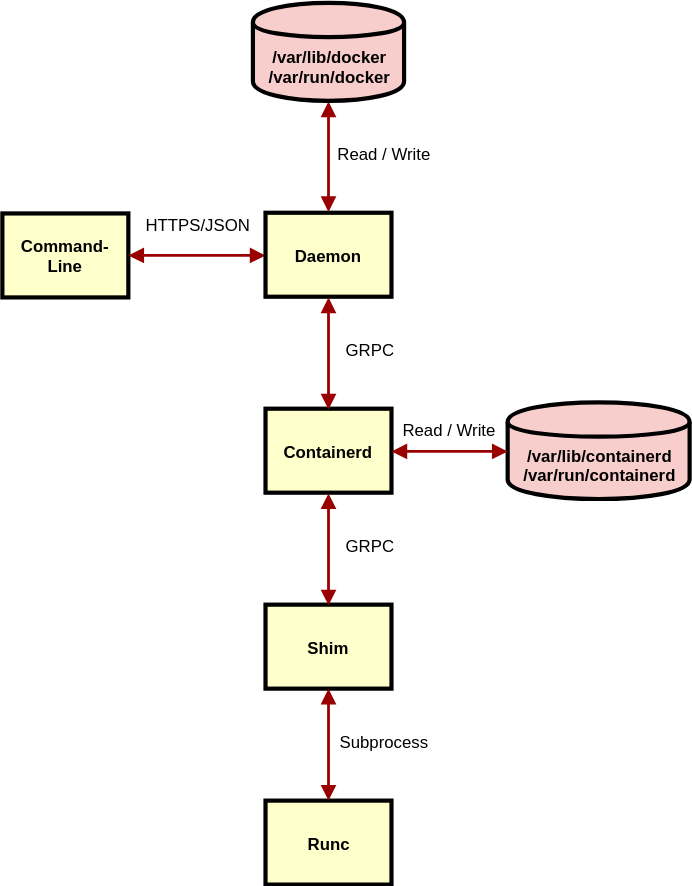
The draw.io diagram assets/img/docker-work/architecture_2019.svg in CameronLonsdale/CameronLonsdale.github.io, before a commit. Source tidied: cells renumbered, new cells last; positions are measured from the earlier drawing's top-left corner, leaving out a move shared by most shapes.
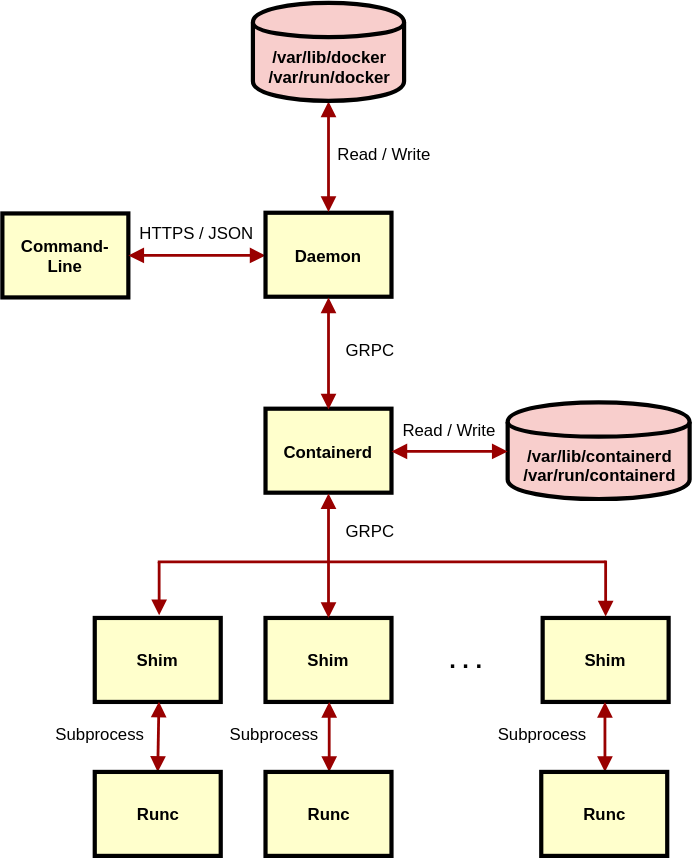
Later version of the same file.

Commit message:
Tidied it up and added more diagrams

Change to the diagram source:
```diff
@@ -8,8 +8,8 @@
     <mxCell id="3" style="edgeStyle=none;noEdgeStyle=1;strokeColor=#990000;strokeWidth=2;endArrow=block;endFill=1;startArrow=block;startFill=1;entryX=0;entryY=0.5;entryDx=0;entryDy=0;" parent="1" edge="1" source="2" target="5">
       <mxGeometry relative="1" as="geometry" />
     </mxCell>
-    <mxCell id="4" value="HTTPS/JSON" style="text;spacingTop=-5;align=center;" parent="1" vertex="1">
-      <mxGeometry x="125" y="151" width="30" height="20" as="geometry" />
+    <mxCell id="4" value="HTTPS / JSON" style="text;spacingTop=-5;align=center;" parent="1" vertex="1">
+      <mxGeometry x="116" y="157" width="46" height="20" as="geometry" />
     </mxCell>
     <mxCell id="5" value="Daemon" style="whiteSpace=wrap;align=center;verticalAlign=middle;fontStyle=1;strokeWidth=3;fillColor=#FFFFCC;" parent="1" vertex="1">
       <mxGeometry x="188" y="150.5" width="90" height="60" as="geometry" />
@@ -18,11 +18,8 @@
       <mxGeometry x="188" y="290.5" width="90" height="60" as="geometry" />
     </mxCell>
     <mxCell id="7" value="Shim" style="whiteSpace=wrap;align=center;verticalAlign=middle;fontStyle=1;strokeWidth=3;fillColor=#FFFFCC;" parent="1" vertex="1">
-      <mxGeometry x="188" y="430.5" width="90" height="60" as="geometry" />
+      <mxGeometry x="66" y="440" width="90" height="60" as="geometry" />
     </mxCell>
-    <mxCell id="8" value="Runc" style="whiteSpace=wrap;align=center;verticalAlign=middle;fontStyle=1;strokeWidth=3;fillColor=#FFFFCC;" parent="1" vertex="1">
-      <mxGeometry x="188" y="570.5" width="90" height="60" as="geometry" />
-    </mxCell>
     <mxCell id="9" style="edgeStyle=none;noEdgeStyle=1;strokeColor=#990000;strokeWidth=2;endArrow=block;endFill=1;startArrow=block;startFill=1;exitX=0.5;exitY=1;exitDx=0;exitDy=0;" parent="1" edge="1">
       <mxGeometry relative="1" as="geometry">
         <mxPoint x="233" y="71" as="sourcePoint" />
@@ -38,14 +35,16 @@
     <mxCell id="12" style="edgeStyle=none;noEdgeStyle=1;strokeColor=#990000;strokeWidth=2;endArrow=block;endFill=1;startArrow=block;startFill=1;entryX=0.5;entryY=0;entryDx=0;entryDy=0;exitX=0.5;exitY=1;exitDx=0;exitDy=0;" parent="1" edge="1" source="5" target="6">
       <mxGeometry relative="1" as="geometry" />
     </mxCell>
-    <mxCell id="13" style="edgeStyle=none;noEdgeStyle=1;strokeColor=#990000;strokeWidth=2;endArrow=block;endFill=1;startArrow=block;startFill=1;entryX=0.5;entryY=0;entryDx=0;entryDy=0;exitX=0.5;exitY=1;exitDx=0;exitDy=0;" parent="1" edge="1" source="6" target="7">
-      <mxGeometry relative="1" as="geometry" />
+    <mxCell id="13" style="edgeStyle=none;noEdgeStyle=1;strokeColor=#990000;strokeWidth=2;endArrow=none;endFill=0;startArrow=block;startFill=1;exitX=0.5;exitY=1;exitDx=0;exitDy=0;" parent="1" edge="1" source="6">
+      <mxGeometry relative="1" as="geometry">
+        <mxPoint x="233" y="400" as="targetPoint" />
+      </mxGeometry>
     </mxCell>
     <mxCell id="14" value="GRPC&#10;" style="text;spacingTop=-5;align=center;" parent="1" vertex="1">
       <mxGeometry x="248" y="240.5" width="30" height="20" as="geometry" />
     </mxCell>
     <mxCell id="15" value="GRPC&#10;" style="text;spacingTop=-5;align=center;" parent="1" vertex="1">
-      <mxGeometry x="248" y="380.5" width="30" height="20" as="geometry" />
+      <mxGeometry x="248" y="370" width="30" height="20" as="geometry" />
     </mxCell>
     <mxCell id="16" value="/var/lib/containerd&lt;br&gt;/var/run/containerd&lt;br&gt;" style="shape=cylinder;whiteSpace=wrap;html=1;boundedLbl=1;backgroundOutline=1;fillColor=#f8cecc;strokeColor=#000000;strokeWidth=3;fontStyle=1;" parent="1" vertex="1">
       <mxGeometry x="361" y="286" width="130" height="69" as="geometry" />
@@ -56,14 +55,78 @@
     <mxCell id="18" value="Read / Write&#10;&#10;" style="text;spacingTop=-5;align=center;" parent="1" vertex="1">
       <mxGeometry x="304.5" y="297.5" width="30" height="20" as="geometry" />
     </mxCell>
-    <mxCell id="19" style="edgeStyle=none;noEdgeStyle=1;strokeColor=#990000;strokeWidth=2;endArrow=block;endFill=1;startArrow=block;startFill=1;entryX=0.5;entryY=0;entryDx=0;entryDy=0;exitX=0.5;exitY=1;exitDx=0;exitDy=0;" parent="1" edge="1">
-      <mxGeometry relative="1" as="geometry">
-        <mxPoint x="233" y="490.5" as="sourcePoint" />
-        <mxPoint x="233" y="570.5" as="targetPoint" />
-      </mxGeometry>
-    </mxCell>
-    <mxCell id="20" value="Subprocess&#10;" style="text;spacingTop=-5;align=center;" parent="1" vertex="1">
-      <mxGeometry x="258" y="520.5" width="30" height="20" as="geometry" />
-    </mxCell>
+    <mxCell id="21" style="edgeStyle=none;noEdgeStyle=1;strokeColor=#990000;strokeWidth=2;endArrow=none;endFill=0;startArrow=none;startFill=0;" parent="1" edge="1">
+      <mxGeometry relative="1" as="geometry">
+        <mxPoint x="111" y="400" as="sourcePoint" />
+        <mxPoint x="431" y="400" as="targetPoint" />
+        <Array as="points">
+          <mxPoint x="209.5" y="400" />
+        </Array>
+      </mxGeometry>
+    </mxCell>
+    <mxCell id="22" style="edgeStyle=none;noEdgeStyle=1;strokeColor=#990000;strokeWidth=2;endArrow=none;endFill=0;startArrow=block;startFill=1;exitX=0.513;exitY=-0.026;exitDx=0;exitDy=0;exitPerimeter=0;" parent="1" edge="1" source="7">
+      <mxGeometry relative="1" as="geometry">
+        <mxPoint x="112" y="400" as="targetPoint" />
+        <Array as="points">
+          <mxPoint x="112" y="420" />
+        </Array>
+      </mxGeometry>
+    </mxCell>
+    <mxCell id="23" value="Shim" style="whiteSpace=wrap;align=center;verticalAlign=middle;fontStyle=1;strokeWidth=3;fillColor=#FFFFCC;" parent="1" vertex="1">
+      <mxGeometry x="188" y="440" width="90" height="60" as="geometry" />
+    </mxCell>
+    <mxCell id="24" value="Shim" style="whiteSpace=wrap;align=center;verticalAlign=middle;fontStyle=1;strokeWidth=3;fillColor=#FFFFCC;" parent="1" vertex="1">
+      <mxGeometry x="386" y="440" width="90" height="60" as="geometry" />
+    </mxCell>
+    <mxCell id="25" value=". . .&#10;" style="text;spacingTop=-5;align=center;fontSize=17;fontStyle=1;" parent="1" vertex="1">
+      <mxGeometry x="318" y="458" width="27" height="20" as="geometry" />
+    </mxCell>
+    <mxCell id="26" style="edgeStyle=none;noEdgeStyle=1;strokeColor=#990000;strokeWidth=2;endArrow=none;endFill=0;startArrow=block;startFill=1;" parent="1" edge="1">
+      <mxGeometry relative="1" as="geometry">
+        <mxPoint x="233" y="440" as="sourcePoint" />
+        <mxPoint x="233" y="400" as="targetPoint" />
+      </mxGeometry>
+    </mxCell>
+    <mxCell id="27" style="edgeStyle=none;noEdgeStyle=1;strokeColor=#990000;strokeWidth=2;endArrow=none;endFill=0;startArrow=block;startFill=1;exitX=0.5;exitY=-0.025;exitDx=0;exitDy=0;exitPerimeter=0;" parent="1" edge="1" source="24">
+      <mxGeometry relative="1" as="geometry">
+        <mxPoint x="431" y="399" as="targetPoint" />
+      </mxGeometry>
+    </mxCell>
+    <mxCell id="28" style="edgeStyle=none;noEdgeStyle=1;strokeColor=#990000;strokeWidth=2;endArrow=block;endFill=1;startArrow=block;startFill=1;entryX=0.5;entryY=1;entryDx=0;entryDy=0;" parent="1" edge="1">
+      <mxGeometry relative="1" as="geometry">
+        <mxPoint x="111" y="550" as="sourcePoint" />
+        <mxPoint x="111.9" y="499.9" as="targetPoint" />
+      </mxGeometry>
+    </mxCell>
+    <mxCell id="29" value="Runc" style="whiteSpace=wrap;align=center;verticalAlign=middle;fontStyle=1;strokeWidth=3;fillColor=#FFFFCC;" parent="1" vertex="1">
+      <mxGeometry x="66" y="550" width="90" height="60" as="geometry" />
+    </mxCell>
+    <mxCell id="30" value="Subprocess&#10;" style="text;spacingTop=-5;align=center;" parent="1" vertex="1">
+      <mxGeometry x="55" y="515" width="30" height="20" as="geometry" />
+    </mxCell>
+    <mxCell id="31" style="edgeStyle=none;noEdgeStyle=1;strokeColor=#990000;strokeWidth=2;endArrow=block;endFill=1;startArrow=block;startFill=1;entryX=0.5;entryY=1;entryDx=0;entryDy=0;" parent="1" edge="1">
+      <mxGeometry relative="1" as="geometry">
+        <mxPoint x="233.5" y="550" as="sourcePoint" />
+        <mxPoint x="233.5" y="500" as="targetPoint" />
+      </mxGeometry>
+    </mxCell>
+    <mxCell id="32" value="Runc" style="whiteSpace=wrap;align=center;verticalAlign=middle;fontStyle=1;strokeWidth=3;fillColor=#FFFFCC;" parent="1" vertex="1">
+      <mxGeometry x="188" y="550" width="90" height="60" as="geometry" />
+    </mxCell>
+    <mxCell id="33" value="Subprocess&#10;" style="text;spacingTop=-5;align=center;" parent="1" vertex="1">
+      <mxGeometry x="179.5" y="515" width="30" height="20" as="geometry" />
+    </mxCell>
+    <mxCell id="34" style="edgeStyle=none;noEdgeStyle=1;strokeColor=#990000;strokeWidth=2;endArrow=block;endFill=1;startArrow=block;startFill=1;entryX=0.5;entryY=1;entryDx=0;entryDy=0;" parent="1" edge="1">
+      <mxGeometry relative="1" as="geometry">
+        <mxPoint x="430.5" y="550" as="sourcePoint" />
+        <mxPoint x="430.5" y="500" as="targetPoint" />
+      </mxGeometry>
+    </mxCell>
+    <mxCell id="35" value="Runc" style="whiteSpace=wrap;align=center;verticalAlign=middle;fontStyle=1;strokeWidth=3;fillColor=#FFFFCC;" parent="1" vertex="1">
+      <mxGeometry x="385" y="550" width="90" height="60" as="geometry" />
+    </mxCell>
+    <mxCell id="36" value="Subprocess&#10;" style="text;spacingTop=-5;align=center;" parent="1" vertex="1">
+      <mxGeometry x="371" y="515" width="30" height="20" as="geometry" />
+    </mxCell>
   </root>
 </mxGraphModel>
```
